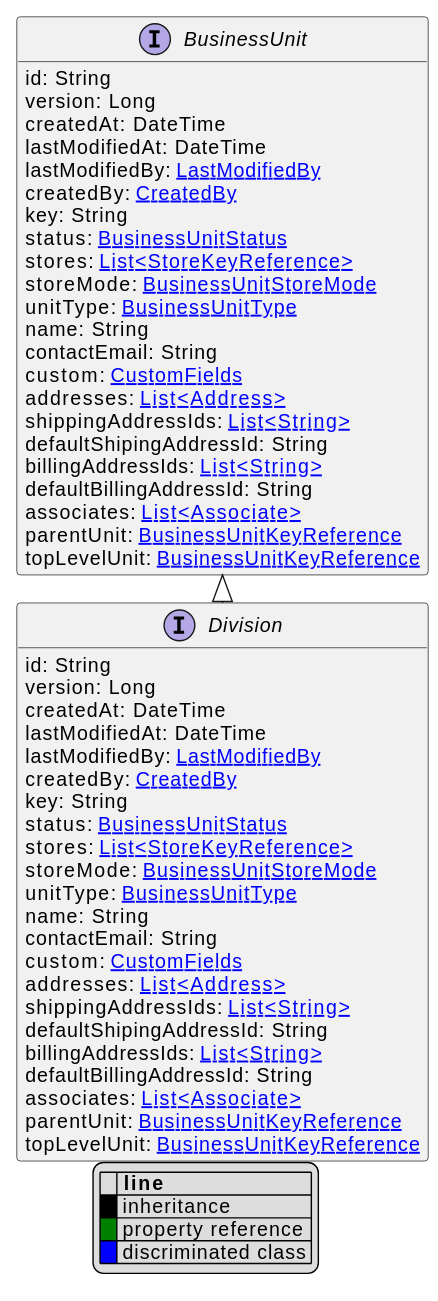
Earlier version of the PlantUML export uml/api/svg/Division.svg (commercetools/commercetools-api-reference). The source it was exported from:
```plantuml
@startuml
!pragma layout elk
hide empty fields
hide empty methods
legend
|= |= line |
|<back:black>   </back>| inheritance |
|<back:green>   </back>| property reference |
|<back:blue>   </back>| discriminated class |
endlegend
interface Division [[Division.svg]] extends BusinessUnit {
    id: String
    version: Long
    createdAt: DateTime
    lastModifiedAt: DateTime
    lastModifiedBy: [[LastModifiedBy.svg LastModifiedBy]]
    createdBy: [[CreatedBy.svg CreatedBy]]
    key: String
    status: [[BusinessUnitStatus.svg BusinessUnitStatus]]
    stores: [[StoreKeyReference.svg List<StoreKeyReference>]]
    storeMode: [[BusinessUnitStoreMode.svg BusinessUnitStoreMode]]
    unitType: [[BusinessUnitType.svg BusinessUnitType]]
    name: String
    contactEmail: String
    custom: [[CustomFields.svg CustomFields]]
    addresses: [[Address.svg List<Address>]]
    shippingAddressIds: [[String.svg List<String>]]
    defaultShipingAddressId: String
    billingAddressIds: [[String.svg List<String>]]
    defaultBillingAddressId: String
    associates: [[Associate.svg List<Associate>]]
    parentUnit: [[BusinessUnitKeyReference.svg BusinessUnitKeyReference]]
    topLevelUnit: [[BusinessUnitKeyReference.svg BusinessUnitKeyReference]]
}
interface BusinessUnit [[BusinessUnit.svg]]  {
    id: String
    version: Long
    createdAt: DateTime
    lastModifiedAt: DateTime
    lastModifiedBy: [[LastModifiedBy.svg LastModifiedBy]]
    createdBy: [[CreatedBy.svg CreatedBy]]
    key: String
    status: [[BusinessUnitStatus.svg BusinessUnitStatus]]
    stores: [[StoreKeyReference.svg List<StoreKeyReference>]]
    storeMode: [[BusinessUnitStoreMode.svg BusinessUnitStoreMode]]
    unitType: [[BusinessUnitType.svg BusinessUnitType]]
    name: String
    contactEmail: String
    custom: [[CustomFields.svg CustomFields]]
    addresses: [[Address.svg List<Address>]]
    shippingAddressIds: [[String.svg List<String>]]
    defaultShipingAddressId: String
    billingAddressIds: [[String.svg List<String>]]
    defaultBillingAddressId: String
    associates: [[Associate.svg List<Associate>]]
    parentUnit: [[BusinessUnitKeyReference.svg BusinessUnitKeyReference]]
    topLevelUnit: [[BusinessUnitKeyReference.svg BusinessUnitKeyReference]]
}





@enduml
```
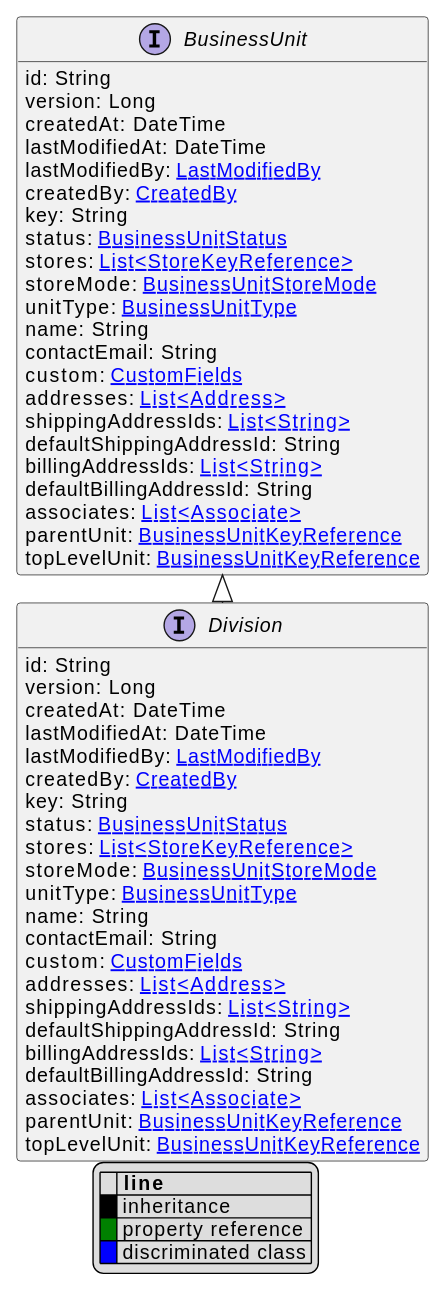
Later version of the same file.

Diff of the diagram source:
```diff
@@ -25,7 +25,7 @@
     custom: [[CustomFields.svg CustomFields]]
     addresses: [[Address.svg List<Address>]]
     shippingAddressIds: [[String.svg List<String>]]
-    defaultShipingAddressId: String
+    defaultShippingAddressId: String
     billingAddressIds: [[String.svg List<String>]]
     defaultBillingAddressId: String
     associates: [[Associate.svg List<Associate>]]
@@ -49,7 +49,7 @@
     custom: [[CustomFields.svg CustomFields]]
     addresses: [[Address.svg List<Address>]]
     shippingAddressIds: [[String.svg List<String>]]
-    defaultShipingAddressId: String
+    defaultShippingAddressId: String
     billingAddressIds: [[String.svg List<String>]]
     defaultBillingAddressId: String
     associates: [[Associate.svg List<Associate>]]
```
